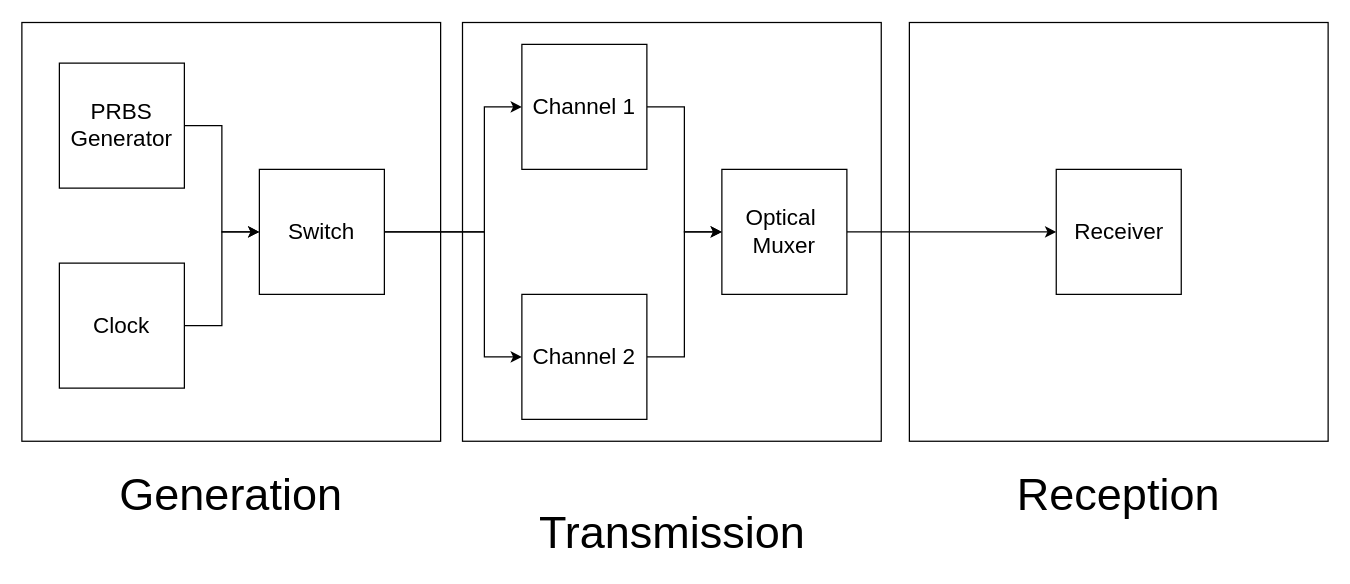
The draw.io diagram img/overview.drawio in AmmarShaqeel/ucl-final, before the edit. Source tidied: cells renumbered, new cells numbered last; positions are measured from the earlier drawing's top-left corner, leaving out a move shared by most shapes. Both pictures are drawn from the tidied source at 125%, with x=0, y=0 at pixel (21, 22).
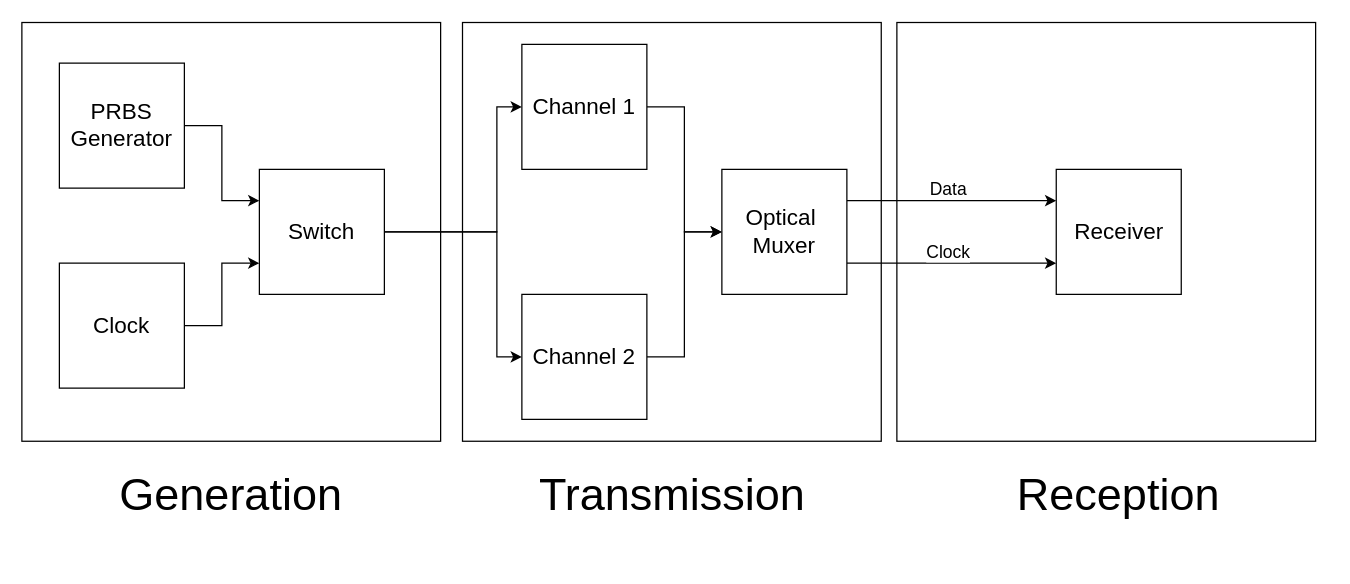
The same diagram, later.

Unchanged cells that the change refers to:
```xml
<mxCell id="6" value="&lt;font style=&quot;font-size: 18px&quot;&gt;PRBS&lt;br&gt;Generator&lt;/font&gt;" style="whiteSpace=wrap;html=1;" parent="1" vertex="1">
  <mxGeometry x="30" y="32" width="100" height="100" as="geometry" />
</mxCell>
<mxCell id="8" value="&lt;font style=&quot;font-size: 18px&quot;&gt;Optical&amp;nbsp;&lt;br&gt;Muxer&lt;br&gt;&lt;/font&gt;" style="whiteSpace=wrap;html=1;" parent="1" vertex="1">
  <mxGeometry x="560" y="117" width="100" height="100" as="geometry" />
</mxCell>
<mxCell id="10" value="&lt;font style=&quot;font-size: 18px&quot;&gt;Channel 1&lt;/font&gt;" style="whiteSpace=wrap;html=1;" parent="1" vertex="1">
  <mxGeometry x="400" y="17" width="100" height="100" as="geometry" />
</mxCell>
<mxCell id="12" value="&lt;font style=&quot;font-size: 18px&quot;&gt;Channel 2&lt;/font&gt;" style="whiteSpace=wrap;html=1;" parent="1" vertex="1">
  <mxGeometry x="400" y="217" width="100" height="100" as="geometry" />
</mxCell>
<mxCell id="15" value="&lt;font style=&quot;font-size: 18px&quot;&gt;Switch&lt;/font&gt;" style="whiteSpace=wrap;html=1;" parent="1" vertex="1">
  <mxGeometry x="190" y="117" width="100" height="100" as="geometry" />
</mxCell>
<mxCell id="16" value="&lt;font style=&quot;font-size: 18px&quot;&gt;Receiver&lt;/font&gt;" style="whiteSpace=wrap;html=1;" parent="1" vertex="1">
  <mxGeometry x="827.5" y="117" width="100" height="100" as="geometry" />
</mxCell>
<mxCell id="21" value="&lt;font style=&quot;font-size: 18px&quot;&gt;Clock&lt;br&gt;&lt;/font&gt;" style="whiteSpace=wrap;html=1;" parent="1" vertex="1">
  <mxGeometry x="30" y="192" width="100" height="100" as="geometry" />
</mxCell>
```

What changed in the source:
```diff
@@
     <mxCell id="3" style="whiteSpace=wrap;html=1;fillColor=#FFFFFF;" parent="1" vertex="1">
-      <mxGeometry x="710" y="-0.5" width="335" height="335" as="geometry" />
+      <mxGeometry x="700" y="-0.5" width="335" height="335" as="geometry" />
     </mxCell>
@@
-    <mxCell id="5" style="edgeStyle=orthogonalEdgeStyle;rounded=0;jettySize=auto;html=1;" parent="1" edge="1" source="6" target="15">
+    <mxCell id="5" style="edgeStyle=orthogonalEdgeStyle;rounded=0;jettySize=auto;html=1;entryX=0;entryY=0.25;entryDx=0;entryDy=0;" parent="1" edge="1" source="6" target="15">
       <mxGeometry relative="1" as="geometry" />
     </mxCell>
@@
-    <mxCell id="7" style="edgeStyle=orthogonalEdgeStyle;rounded=0;jettySize=auto;html=1;entryX=0;entryY=0.5;entryDx=0;entryDy=0;" parent="1" edge="1" source="8" target="16">
-      <mxGeometry relative="1" as="geometry" />
-    </mxCell>
+    <mxCell id="22" style="edgeStyle=orthogonalEdgeStyle;rounded=0;jettySize=auto;html=1;exitX=1;exitY=0.25;exitDx=0;exitDy=0;entryX=0;entryY=0.25;entryDx=0;entryDy=0;" parent="1" edge="1" source="8" target="16">
+      <mxGeometry relative="1" as="geometry" />
+    </mxCell>
+    <mxCell id="23" value="&lt;font style=&quot;font-size: 14px&quot;&gt;Data&lt;/font&gt;" style="edgeLabel;html=1;align=center;verticalAlign=middle;" parent="22" vertex="1">
+      <mxGeometry x="0.36" y="-2" relative="1" as="geometry">
+        <mxPoint x="-34" y="-12" as="offset" />
+      </mxGeometry>
+    </mxCell>
+    <mxCell id="24" style="edgeStyle=orthogonalEdgeStyle;rounded=0;jettySize=auto;html=1;exitX=1;exitY=0.75;exitDx=0;exitDy=0;entryX=0;entryY=0.75;entryDx=0;entryDy=0;" parent="1" edge="1" source="8" target="16">
+      <mxGeometry relative="1" as="geometry" />
+    </mxCell>
+    <mxCell id="25" value="&lt;font style=&quot;font-size: 14px&quot;&gt;Clock&lt;/font&gt;" style="edgeLabel;html=1;align=center;verticalAlign=middle;rotation=0;" parent="24" vertex="1">
+      <mxGeometry x="0.33" y="2" relative="1" as="geometry">
+        <mxPoint x="-31" y="-8" as="offset" />
+      </mxGeometry>
+    </mxCell>
@@
     <mxCell id="11" style="edgeStyle=orthogonalEdgeStyle;rounded=0;jettySize=auto;html=1;" parent="1" edge="1" source="12" target="8">
-      <mxGeometry relative="1" as="geometry">
-        <Array as="points">
-          <mxPoint x="530" y="267" />
-          <mxPoint x="530" y="167" />
-        </Array>
-      </mxGeometry>
+      <mxGeometry relative="1" as="geometry" />
     </mxCell>
@@
     <mxCell id="13" style="edgeStyle=orthogonalEdgeStyle;rounded=0;jettySize=auto;html=1;entryX=0;entryY=0.5;entryDx=0;entryDy=0;" parent="1" edge="1" source="15" target="10">
       <mxGeometry relative="1" as="geometry">
         <Array as="points">
-          <mxPoint x="370" y="167" />
-          <mxPoint x="370" y="67" />
+          <mxPoint x="380" y="167" />
+          <mxPoint x="380" y="67" />
         </Array>
       </mxGeometry>
     </mxCell>
     <mxCell id="14" style="edgeStyle=orthogonalEdgeStyle;rounded=0;jettySize=auto;html=1;" parent="1" edge="1" source="15" target="12">
       <mxGeometry relative="1" as="geometry">
         <Array as="points">
-          <mxPoint x="370" y="167" />
-          <mxPoint x="370" y="267" />
+          <mxPoint x="380" y="167" />
+          <mxPoint x="380" y="267" />
         </Array>
       </mxGeometry>
     </mxCell>
@@
     <mxCell id="17" value="&lt;font style=&quot;font-size: 36px&quot;&gt;Transmission&lt;/font&gt;" style="text;html=1;strokeColor=none;fillColor=none;align=center;verticalAlign=middle;whiteSpace=wrap;rounded=0;" parent="1" vertex="1">
-      <mxGeometry x="412.5" y="382" width="215" height="50" as="geometry" />
+      <mxGeometry x="412.5" y="352" width="215" height="50" as="geometry" />
     </mxCell>
@@
-    <mxCell id="20" style="edgeStyle=orthogonalEdgeStyle;rounded=0;jettySize=auto;html=1;entryX=0;entryY=0.5;entryDx=0;entryDy=0;" parent="1" edge="1" source="21" target="15">
+    <mxCell id="20" style="edgeStyle=orthogonalEdgeStyle;rounded=0;jettySize=auto;html=1;entryX=0;entryY=0.75;entryDx=0;entryDy=0;" parent="1" edge="1" source="21" target="15">
       <mxGeometry relative="1" as="geometry" />
     </mxCell>
```
